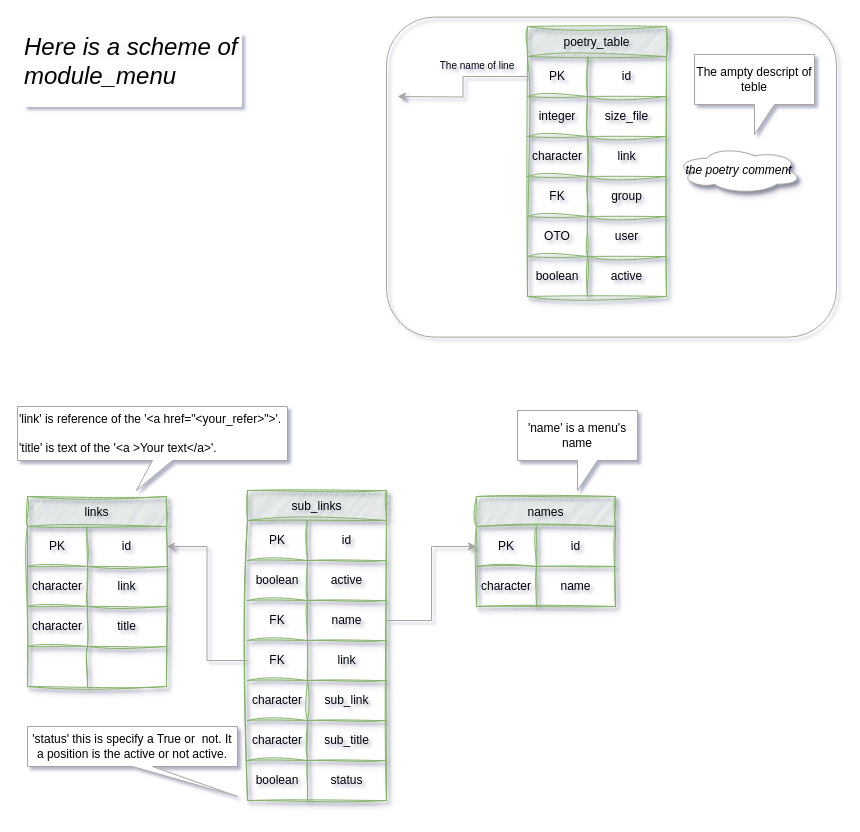
The draw.io diagram archive/db-module_menu.drawio in Tryd0g0lik/module_menu, before the edit. Source tidied: cells renumbered, new cells numbered last; positions are measured from the earlier drawing's top-left corner, leaving out a move shared by most shapes. Both pictures are drawn from the tidied source at 100%, with x=0, y=0 at pixel (17, 17).
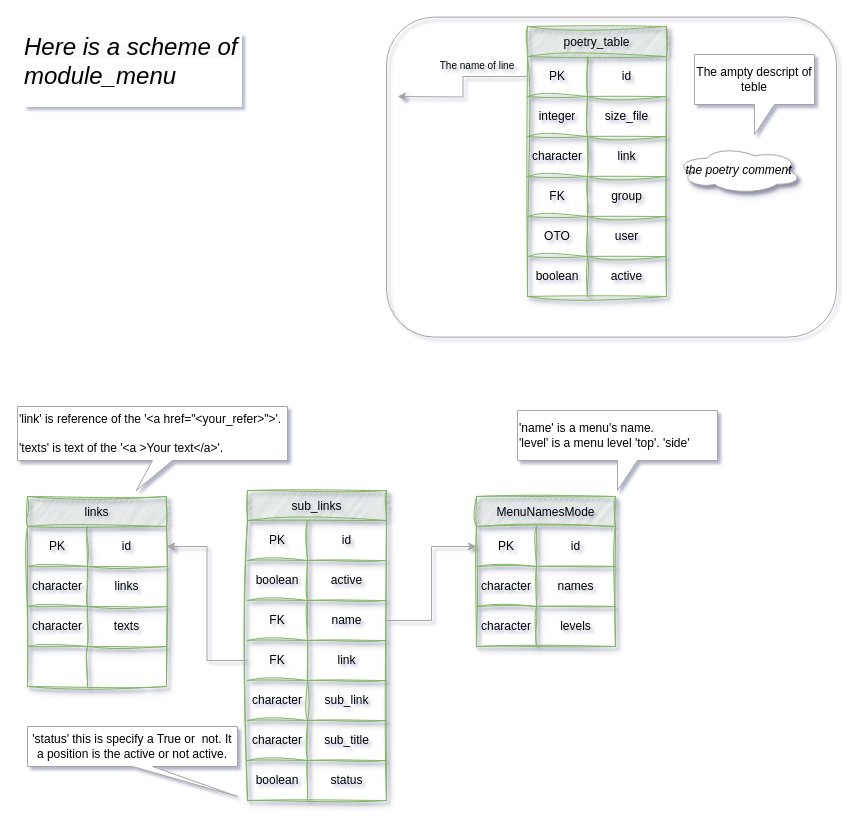
The same page after the edit.

Unchanged cells that the change refers to:
```xml
<mxCell id="27" style="shape=tableRow;horizontal=0;startSize=0;swimlaneHead=0;swimlaneBody=0;strokeColor=inherit;top=0;left=0;bottom=0;right=0;fillColor=none;" parent="23" vertex="1">
  <mxGeometry y="70" width="139" height="40" as="geometry" />
</mxCell>
<mxCell id="34" style="shape=tableRow;horizontal=0;startSize=0;swimlaneHead=0;swimlaneBody=0;strokeColor=inherit;top=0;left=0;bottom=0;right=0;fillColor=none;" parent="30" vertex="1">
  <mxGeometry y="70" width="139" height="40" as="geometry" />
</mxCell>
<mxCell id="37" style="shape=tableRow;horizontal=0;startSize=0;swimlaneHead=0;swimlaneBody=0;strokeColor=inherit;top=0;left=0;bottom=0;right=0;fillColor=none;" parent="30" vertex="1">
  <mxGeometry y="110" width="139" height="40" as="geometry" />
</mxCell>
```

The edit, as a diff of the source:
```diff
@@
-    <mxCell id="23" value="names" style="shape=table;startSize=30;childLayout=tableLayout;fillColor=#d5e8d4;strokeColor=#82b366;shadow=1;sketch=1;curveFitting=1;jiggle=2;" parent="1" vertex="1">
-      <mxGeometry x="459" y="479" width="139" height="110" as="geometry" />
+    <mxCell id="23" value="MenuNamesMode" style="shape=table;startSize=30;childLayout=tableLayout;fillColor=#d5e8d4;strokeColor=#82b366;shadow=1;sketch=1;curveFitting=1;jiggle=2;" parent="1" vertex="1">
+      <mxGeometry x="459" y="479" width="139" height="150" as="geometry" />
     </mxCell>
@@
-    <mxCell id="29" value="name" style="shape=partialRectangle;html=1;whiteSpace=wrap;strokeColor=inherit;overflow=hidden;fillColor=none;top=0;left=0;bottom=0;right=0;" parent="27" vertex="1">
+    <mxCell id="29" value="names" style="shape=partialRectangle;html=1;whiteSpace=wrap;strokeColor=inherit;overflow=hidden;fillColor=none;top=0;left=0;bottom=0;right=0;" parent="27" vertex="1">
       <mxGeometry x="60" width="79" height="40" as="geometry" />
     </mxCell>
+    <mxCell id="74" style="shape=tableRow;horizontal=0;startSize=0;swimlaneHead=0;swimlaneBody=0;strokeColor=inherit;top=0;left=0;bottom=0;right=0;fillColor=none;" parent="23" vertex="1">
+      <mxGeometry y="110" width="139" height="40" as="geometry" />
+    </mxCell>
+    <mxCell id="75" value="character" style="shape=partialRectangle;html=1;whiteSpace=wrap;strokeColor=inherit;overflow=hidden;fillColor=none;top=0;left=0;bottom=0;right=0;" parent="74" vertex="1">
+      <mxGeometry width="60" height="40" as="geometry" />
+    </mxCell>
+    <mxCell id="76" value="levels" style="shape=partialRectangle;html=1;whiteSpace=wrap;strokeColor=inherit;overflow=hidden;fillColor=none;top=0;left=0;bottom=0;right=0;" parent="74" vertex="1">
+      <mxGeometry x="60" width="79" height="40" as="geometry" />
+    </mxCell>
@@
-    <mxCell id="36" value="link" style="shape=partialRectangle;html=1;whiteSpace=wrap;strokeColor=inherit;overflow=hidden;fillColor=none;top=0;left=0;bottom=0;right=0;" parent="34" vertex="1">
+    <mxCell id="36" value="links" style="shape=partialRectangle;html=1;whiteSpace=wrap;strokeColor=inherit;overflow=hidden;fillColor=none;top=0;left=0;bottom=0;right=0;" parent="34" vertex="1">
       <mxGeometry x="60" width="79" height="40" as="geometry" />
     </mxCell>
@@
-    <mxCell id="39" value="title" style="shape=partialRectangle;html=1;whiteSpace=wrap;strokeColor=inherit;overflow=hidden;fillColor=none;top=0;left=0;bottom=0;right=0;" parent="37" vertex="1">
+    <mxCell id="39" value="texts" style="shape=partialRectangle;html=1;whiteSpace=wrap;strokeColor=inherit;overflow=hidden;fillColor=none;top=0;left=0;bottom=0;right=0;" parent="37" vertex="1">
       <mxGeometry x="60" width="79" height="40" as="geometry" />
     </mxCell>
@@
-    <mxCell id="67" value="'link' is reference of the '&amp;lt;a href=&quot;&amp;lt;your_refer&amp;gt;&quot;&amp;gt;'.&lt;br&gt;&lt;br&gt;&lt;div&gt;'title' is text&amp;nbsp;&lt;span style=&quot;background-color: initial;&quot;&gt;of the '&amp;lt;a &amp;gt;Your text&amp;lt;/a&amp;gt;'.&lt;br&gt;&lt;/span&gt;&lt;/div&gt;" style="shape=callout;whiteSpace=wrap;html=1;perimeter=calloutPerimeter;strokeColor=#A8A4A4;align=left;verticalAlign=middle;fontFamily=Helvetica;fontSize=12;fontColor=default;fillColor=default;position2=0.44;" parent="1" vertex="1">
+    <mxCell id="67" value="'link' is reference of the '&amp;lt;a href=&quot;&amp;lt;your_refer&amp;gt;&quot;&amp;gt;'.&lt;br&gt;&lt;br&gt;&lt;div&gt;'texts' is text&amp;nbsp;&lt;span style=&quot;background-color: initial;&quot;&gt;of the '&amp;lt;a &amp;gt;Your text&amp;lt;/a&amp;gt;'.&lt;br&gt;&lt;/span&gt;&lt;/div&gt;" style="shape=callout;whiteSpace=wrap;html=1;perimeter=calloutPerimeter;strokeColor=#A8A4A4;align=left;verticalAlign=middle;fontFamily=Helvetica;fontSize=12;fontColor=default;fillColor=default;position2=0.44;" parent="1" vertex="1">
       <mxGeometry y="389" width="270" height="84" as="geometry" />
     </mxCell>
@@
-    <mxCell id="71" value="'name' is a menu's name" style="shape=callout;whiteSpace=wrap;html=1;perimeter=calloutPerimeter;strokeColor=#A8A4A4;align=center;verticalAlign=middle;fontFamily=Helvetica;fontSize=12;fontColor=default;fillColor=default;" parent="1" vertex="1">
-      <mxGeometry x="500" y="393" width="120" height="80" as="geometry" />
+    <mxCell id="71" value="'name' is a menu's name.&lt;br&gt;'level' is a menu level 'top'. 'side'" style="shape=callout;whiteSpace=wrap;html=1;perimeter=calloutPerimeter;strokeColor=#A8A4A4;align=left;verticalAlign=middle;fontFamily=Helvetica;fontSize=12;fontColor=default;fillColor=default;" parent="1" vertex="1">
+      <mxGeometry x="500" y="393" width="200" height="80" as="geometry" />
     </mxCell>
```
